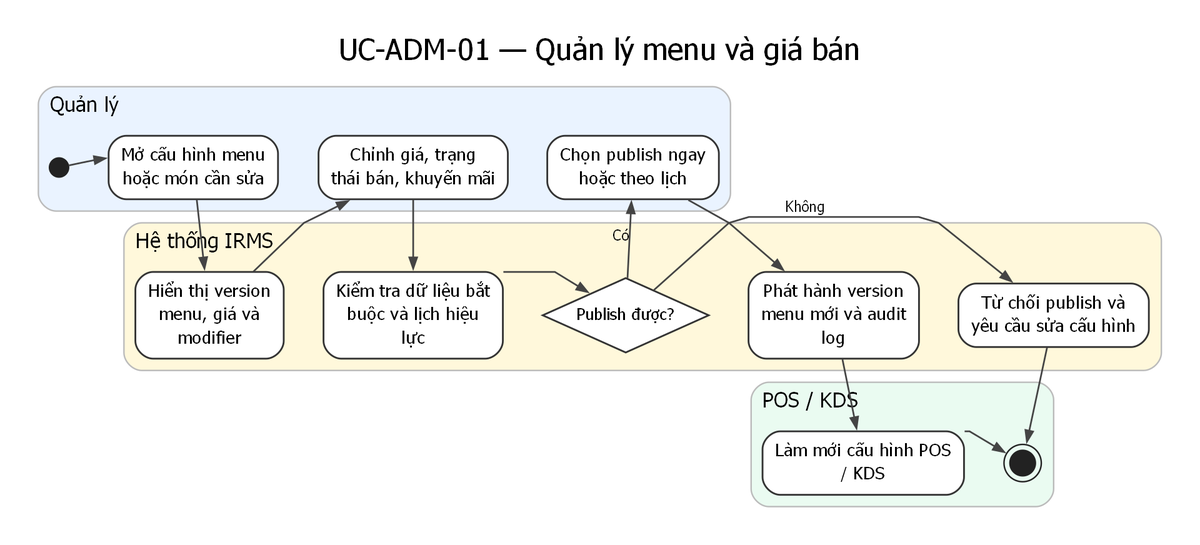
lehoangluan1/SA_IRMS keeps this Graphviz diagram as assets/diagrams/rendered/activity/uc-adm-01-manage-menu-and-pricing.png. Above is the earlier version. Its source is kept beside it as assets/diagrams/source/activity/uc-adm-01-manage-menu-and-pricing.dot. The source it was exported from:
```dot
digraph G {
  graph [rankdir=TB, newrank=true, splines=polyline, nodesep=0.38, ranksep=0.62, pad=0.25, dpi=170, bgcolor="white", fontname="DejaVu Sans"];
  node [fontname="DejaVu Sans"];
  edge [fontname="DejaVu Sans", fontsize=10, color="#444444", penwidth=1.15, arrowsize=0.75];
  labelloc="t"; labeljust="c"; fontsize=20; fontname="DejaVu Sans"; label="UC-ADM-01 — Quản lý menu và giá bán";
  subgraph cluster_l1 {
    style="rounded,filled";
    fillcolor="#EAF3FF"; color="#BBBBBB"; penwidth=1.0;
    label="Quản lý"; fontsize=14; labelloc="t"; labeljust="l";
    rank=same;
    n0 [shape=circle, label="", width=0.18, height=0.18, fixedsize=true, style=filled, fillcolor="#222222", color="#222222"];
    n1 [label="Mở cấu hình menu
hoặc món cần sửa", shape=rect, style="rounded,filled", fillcolor="white", color="#333333", penwidth=1.2, fontsize=12, margin="0.12,0.08"];
    n3 [label="Chỉnh giá, trạng
thái bán, khuyến mãi", shape=rect, style="rounded,filled", fillcolor="white", color="#333333", penwidth=1.2, fontsize=12, margin="0.12,0.08"];
    n6 [label="Chọn publish ngay
hoặc theo lịch", shape=rect, style="rounded,filled", fillcolor="white", color="#333333", penwidth=1.2, fontsize=12, margin="0.12,0.08"];
    n0 -> n1 -> n3 -> n6 [style=invis, weight=20];
  }
  subgraph cluster_l2 {
    style="rounded,filled";
    fillcolor="#FFF8DB"; color="#BBBBBB"; penwidth=1.0;
    label="Hệ thống IRMS"; fontsize=14; labelloc="t"; labeljust="l";
    rank=same;
    n2 [label="Hiển thị version
menu, giá và
modifier", shape=rect, style="rounded,filled", fillcolor="white", color="#333333", penwidth=1.2, fontsize=12, margin="0.12,0.08"];
    n4 [label="Kiểm tra dữ liệu bắt
buộc và lịch hiệu
lực", shape=rect, style="rounded,filled", fillcolor="white", color="#333333", penwidth=1.2, fontsize=12, margin="0.12,0.08"];
    n5 [label="Publish được?", shape=diamond, style="filled", fillcolor="white", color="#333333", penwidth=1.2, fontsize=11, width=1.2, height=0.7, margin="0.05,0.03"];
    n7 [label="Phát hành version
menu mới và audit
log", shape=rect, style="rounded,filled", fillcolor="white", color="#333333", penwidth=1.2, fontsize=12, margin="0.12,0.08"];
    n9 [label="Từ chối publish và
yêu cầu sửa cấu hình", shape=rect, style="rounded,filled", fillcolor="white", color="#333333", penwidth=1.2, fontsize=12, margin="0.12,0.08"];
    n2 -> n4 -> n5 -> n7 -> n9 [style=invis, weight=20];
  }
  subgraph cluster_l3 {
    style="rounded,filled";
    fillcolor="#EAFBF1"; color="#BBBBBB"; penwidth=1.0;
    label="POS / KDS"; fontsize=14; labelloc="t"; labeljust="l";
    rank=same;
    n8 [label="Làm mới cấu hình POS
/ KDS", shape=rect, style="rounded,filled", fillcolor="white", color="#333333", penwidth=1.2, fontsize=12, margin="0.12,0.08"];
    n10 [shape=doublecircle, label="", width=0.24, height=0.24, fixedsize=true, style=filled, fillcolor="#222222", color="#222222"];
    n8 -> n10 [style=invis, weight=20];
  }
  n0 -> n1;
  n1 -> n2;
  n2 -> n3;
  n3 -> n4;
  n4 -> n5;
  n5 -> n6 [xlabel="Có"];
  n5 -> n9 [xlabel="Không"];
  n6 -> n7;
  n7 -> n8;
  n8 -> n10;
  n9 -> n10;
}
```
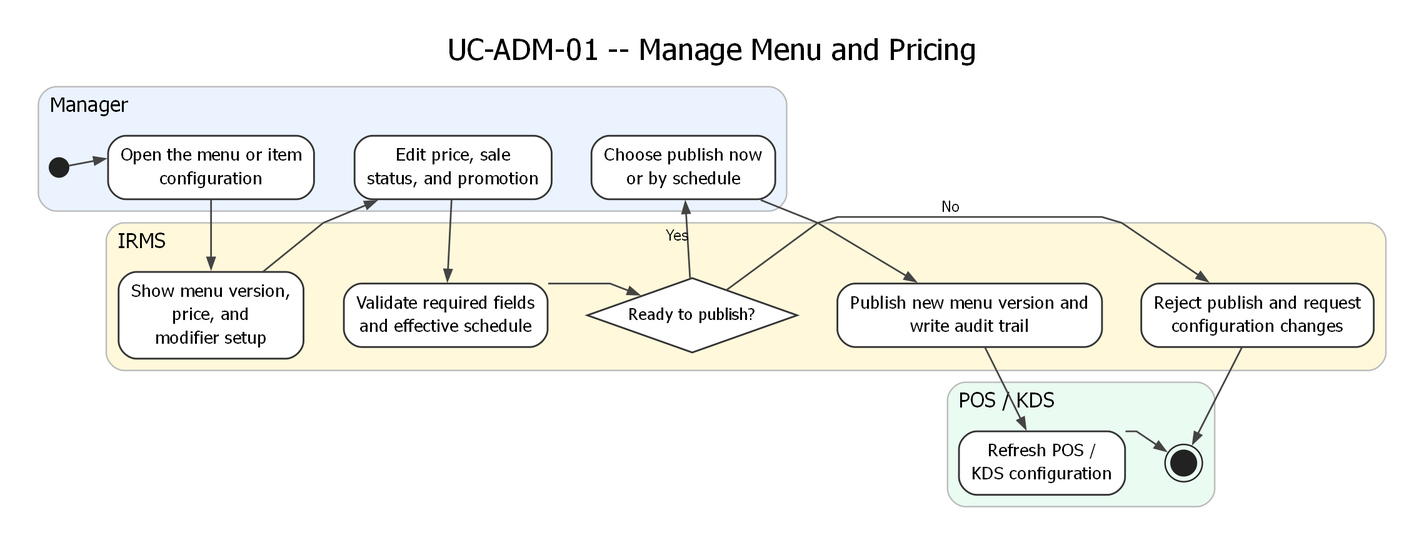
After the change.

The edit, as a diff of the source:
```diff
@@ -2,38 +2,28 @@
   graph [rankdir=TB, newrank=true, splines=polyline, nodesep=0.38, ranksep=0.62, pad=0.25, dpi=170, bgcolor="white", fontname="DejaVu Sans"];
   node [fontname="DejaVu Sans"];
   edge [fontname="DejaVu Sans", fontsize=10, color="#444444", penwidth=1.15, arrowsize=0.75];
-  labelloc="t"; labeljust="c"; fontsize=20; fontname="DejaVu Sans"; label="UC-ADM-01 — Quản lý menu và giá bán";
+  labelloc="t"; labeljust="c"; fontsize=20; fontname="DejaVu Sans"; label="UC-ADM-01 -- Manage Menu and Pricing";
   subgraph cluster_l1 {
     style="rounded,filled";
     fillcolor="#EAF3FF"; color="#BBBBBB"; penwidth=1.0;
-    label="Quản lý"; fontsize=14; labelloc="t"; labeljust="l";
+    label="Manager"; fontsize=14; labelloc="t"; labeljust="l";
     rank=same;
     n0 [shape=circle, label="", width=0.18, height=0.18, fixedsize=true, style=filled, fillcolor="#222222", color="#222222"];
-    n1 [label="Mở cấu hình menu
-hoặc món cần sửa", shape=rect, style="rounded,filled", fillcolor="white", color="#333333", penwidth=1.2, fontsize=12, margin="0.12,0.08"];
-    n3 [label="Chỉnh giá, trạng
-thái bán, khuyến mãi", shape=rect, style="rounded,filled", fillcolor="white", color="#333333", penwidth=1.2, fontsize=12, margin="0.12,0.08"];
-    n6 [label="Chọn publish ngay
-hoặc theo lịch", shape=rect, style="rounded,filled", fillcolor="white", color="#333333", penwidth=1.2, fontsize=12, margin="0.12,0.08"];
+    n1 [label="Open the menu or item\nconfiguration", shape=rect, style="rounded,filled", fillcolor="white", color="#333333", penwidth=1.2, fontsize=12, margin="0.12,0.08"];
+    n3 [label="Edit price, sale\nstatus, and promotion", shape=rect, style="rounded,filled", fillcolor="white", color="#333333", penwidth=1.2, fontsize=12, margin="0.12,0.08"];
+    n6 [label="Choose publish now\nor by schedule", shape=rect, style="rounded,filled", fillcolor="white", color="#333333", penwidth=1.2, fontsize=12, margin="0.12,0.08"];
     n0 -> n1 -> n3 -> n6 [style=invis, weight=20];
   }
   subgraph cluster_l2 {
     style="rounded,filled";
     fillcolor="#FFF8DB"; color="#BBBBBB"; penwidth=1.0;
-    label="Hệ thống IRMS"; fontsize=14; labelloc="t"; labeljust="l";
+    label="IRMS"; fontsize=14; labelloc="t"; labeljust="l";
     rank=same;
-    n2 [label="Hiển thị version
-menu, giá và
-modifier", shape=rect, style="rounded,filled", fillcolor="white", color="#333333", penwidth=1.2, fontsize=12, margin="0.12,0.08"];
-    n4 [label="Kiểm tra dữ liệu bắt
-buộc và lịch hiệu
-lực", shape=rect, style="rounded,filled", fillcolor="white", color="#333333", penwidth=1.2, fontsize=12, margin="0.12,0.08"];
-    n5 [label="Publish được?", shape=diamond, style="filled", fillcolor="white", color="#333333", penwidth=1.2, fontsize=11, width=1.2, height=0.7, margin="0.05,0.03"];
-    n7 [label="Phát hành version
-menu mới và audit
-log", shape=rect, style="rounded,filled", fillcolor="white", color="#333333", penwidth=1.2, fontsize=12, margin="0.12,0.08"];
-    n9 [label="Từ chối publish và
-yêu cầu sửa cấu hình", shape=rect, style="rounded,filled", fillcolor="white", color="#333333", penwidth=1.2, fontsize=12, margin="0.12,0.08"];
+    n2 [label="Show menu version,\nprice, and\nmodifier setup", shape=rect, style="rounded,filled", fillcolor="white", color="#333333", penwidth=1.2, fontsize=12, margin="0.12,0.08"];
+    n4 [label="Validate required fields\nand effective schedule", shape=rect, style="rounded,filled", fillcolor="white", color="#333333", penwidth=1.2, fontsize=12, margin="0.12,0.08"];
+    n5 [label="Ready to publish?", shape=diamond, style="filled", fillcolor="white", color="#333333", penwidth=1.2, fontsize=11, width=1.2, height=0.7, margin="0.05,0.03"];
+    n7 [label="Publish new menu version and\nwrite audit trail", shape=rect, style="rounded,filled", fillcolor="white", color="#333333", penwidth=1.2, fontsize=12, margin="0.12,0.08"];
+    n9 [label="Reject publish and request\nconfiguration changes", shape=rect, style="rounded,filled", fillcolor="white", color="#333333", penwidth=1.2, fontsize=12, margin="0.12,0.08"];
     n2 -> n4 -> n5 -> n7 -> n9 [style=invis, weight=20];
   }
   subgraph cluster_l3 {
@@ -41,8 +31,7 @@
     fillcolor="#EAFBF1"; color="#BBBBBB"; penwidth=1.0;
     label="POS / KDS"; fontsize=14; labelloc="t"; labeljust="l";
     rank=same;
-    n8 [label="Làm mới cấu hình POS
-/ KDS", shape=rect, style="rounded,filled", fillcolor="white", color="#333333", penwidth=1.2, fontsize=12, margin="0.12,0.08"];
+    n8 [label="Refresh POS /\nKDS configuration", shape=rect, style="rounded,filled", fillcolor="white", color="#333333", penwidth=1.2, fontsize=12, margin="0.12,0.08"];
     n10 [shape=doublecircle, label="", width=0.24, height=0.24, fixedsize=true, style=filled, fillcolor="#222222", color="#222222"];
     n8 -> n10 [style=invis, weight=20];
   }
@@ -51,8 +40,8 @@
   n2 -> n3;
   n3 -> n4;
   n4 -> n5;
-  n5 -> n6 [xlabel="Có"];
-  n5 -> n9 [xlabel="Không"];
+  n5 -> n6 [xlabel="Yes"];
+  n5 -> n9 [xlabel="No"];
   n6 -> n7;
   n7 -> n8;
   n8 -> n10;
```
